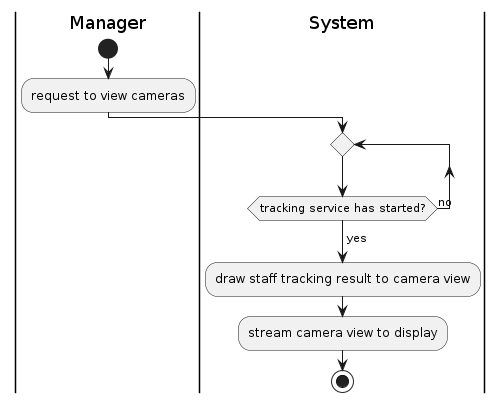
The PlantUML diagram docs/UML/Activity Diagrams/manager-view-real_time-cameras.png in LapTQ/MCT, before a commit.
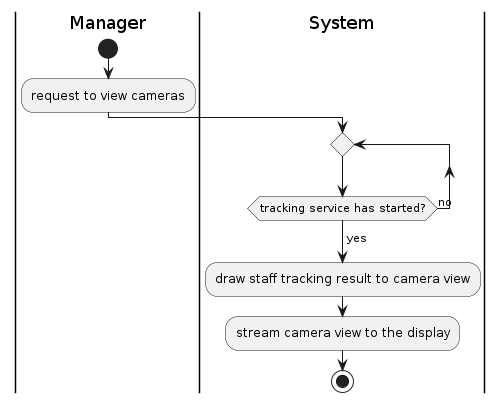
Above is the later version.

The edit, as a diff of the source:
```diff
@@ -7,6 +7,6 @@
 repeat while (tracking service has started?) is (no)
 ->yes;
 :draw staff tracking result to camera view;
-:stream camera view to display;
+:stream camera view to the display;
 stop
 @enduml
```
